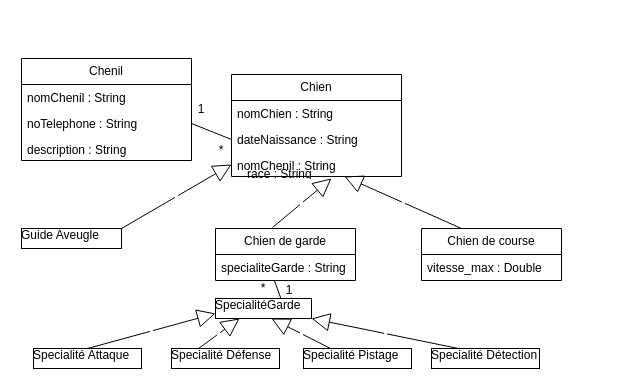
Above: diagramme_chenil.drawio in ewan-delanoy/uml_diagram (draw.io), before the change. Source tidied: cells renumbered, new cells numbered last; positions are measured from the earlier drawing's top-left corner, leaving out a move shared by most shapes. Both pictures are drawn from the tidied source at 100%, with x=0, y=0 at pixel (21, 58).
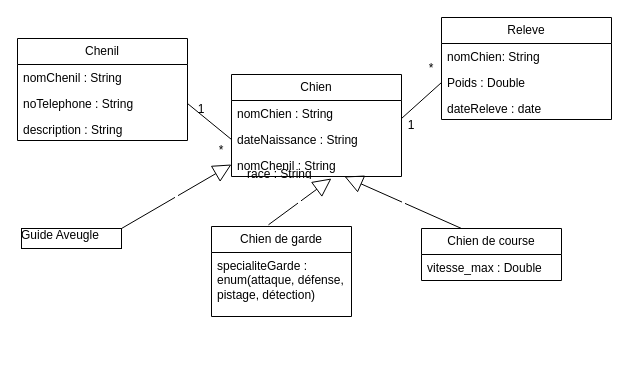
The same diagram, later.

Commit message (it also covers changes not shown here):
Mettre à jour diagramme_chenil.drawio

The edit, as a diff of the source:
```diff
@@
     <mxCell id="6" value="Chenil" style="swimlane;fontStyle=0;horizontal=1;startSize=26;fillColor=none;whiteSpace=wrap;html=1;" parent="1" vertex="1">
-      <mxGeometry width="170" height="102" as="geometry" />
+      <mxGeometry x="-4" y="-20" width="170" height="102" as="geometry" />
     </mxCell>
@@
     <mxCell id="12" value="Chien de garde" style="swimlane;fontStyle=0;horizontal=1;startSize=26;fillColor=none;whiteSpace=wrap;html=1;" parent="1" vertex="1">
-      <mxGeometry x="194" y="170" width="140" height="52" as="geometry" />
+      <mxGeometry x="190" y="168" width="140" height="90" as="geometry" />
     </mxCell>
-    <mxCell id="13" value="specialiteGarde : String" style="text;strokeColor=none;fillColor=none;align=left;verticalAlign=top;spacingLeft=4;spacingRight=4;overflow=hidden;points=[[0,0.5],[1,0.5]];portConstraint=eastwest;whiteSpace=wrap;html=1;" parent="12" vertex="1">
-      <mxGeometry y="26" width="140" height="26" as="geometry" />
+    <mxCell id="13" value="&lt;div&gt;specialiteGarde : enum(attaque, défense, pistage, détection)&lt;/div&gt;&lt;div&gt;&lt;br&gt;&lt;/div&gt;" style="text;strokeColor=none;fillColor=none;align=left;verticalAlign=top;spacingLeft=4;spacingRight=4;overflow=hidden;points=[[0,0.5],[1,0.5]];portConstraint=eastwest;whiteSpace=wrap;html=1;" parent="12" vertex="1">
+      <mxGeometry y="26" width="140" height="64" as="geometry" />
     </mxCell>
@@
-    <mxCell id="20" value="SpecialitéGarde" style="verticalAlign=top;align=left;overflow=fill;fontSize=12;fontFamily=Helvetica;html=1;whiteSpace=wrap;" parent="1" vertex="1">
-      <mxGeometry x="194" y="240" width="96" height="20" as="geometry" />
-    </mxCell>
-    <mxCell id="21" value="Specialité Défense" style="verticalAlign=top;align=left;overflow=fill;fontSize=12;fontFamily=Helvetica;html=1;whiteSpace=wrap;" parent="1" vertex="1">
-      <mxGeometry x="150" y="290" width="108" height="20" as="geometry" />
-    </mxCell>
-    <mxCell id="22" value="Specialité Attaque" style="verticalAlign=top;align=left;overflow=fill;fontSize=12;fontFamily=Helvetica;html=1;whiteSpace=wrap;" parent="1" vertex="1">
-      <mxGeometry x="12" y="290" width="108" height="20" as="geometry" />
-    </mxCell>
-    <mxCell id="23" value="Specialité Détection" style="verticalAlign=top;align=left;overflow=fill;fontSize=12;fontFamily=Helvetica;html=1;whiteSpace=wrap;" parent="1" vertex="1">
-      <mxGeometry x="410" y="290" width="108" height="20" as="geometry" />
-    </mxCell>
-    <mxCell id="24" value="Specialité Pistage" style="verticalAlign=top;align=left;overflow=fill;fontSize=12;fontFamily=Helvetica;html=1;whiteSpace=wrap;" parent="1" vertex="1">
-      <mxGeometry x="282" y="290" width="108" height="20" as="geometry" />
-    </mxCell>
-    <mxCell id="25" value="&amp;nbsp;" style="endArrow=block;endSize=16;endFill=0;html=1;rounded=0;entryX=1;entryY=1;entryDx=0;entryDy=0;exitX=0.25;exitY=0;exitDx=0;exitDy=0;" parent="1" edge="1" source="23" target="20">
-      <mxGeometry relative="1" as="geometry" />
-    </mxCell>
-    <mxCell id="26" value="&amp;nbsp;" style="endArrow=block;endSize=16;endFill=0;html=1;rounded=0;entryX=0;entryY=0.5;entryDx=0;entryDy=0;exitX=0.25;exitY=0;exitDx=0;exitDy=0;" parent="1" edge="1" source="24">
-      <mxGeometry relative="1" as="geometry">
-        <mxPoint x="250" y="260" as="targetPoint" />
-      </mxGeometry>
-    </mxCell>
-    <mxCell id="27" value="&amp;nbsp;" style="endArrow=block;endSize=16;endFill=0;html=1;rounded=0;entryX=0.25;entryY=1;entryDx=0;entryDy=0;exitX=0.25;exitY=0;exitDx=0;exitDy=0;" parent="1" edge="1" source="21" target="20">
-      <mxGeometry relative="1" as="geometry" />
-    </mxCell>
-    <mxCell id="28" value="&amp;nbsp;" style="endArrow=block;endSize=16;endFill=0;html=1;rounded=0;entryX=0;entryY=0.75;entryDx=0;entryDy=0;exitX=0.5;exitY=0;exitDx=0;exitDy=0;" parent="1" edge="1" source="22" target="20">
-      <mxGeometry relative="1" as="geometry" />
-    </mxCell>
-    <mxCell id="29" style="endArrow=none;html=1;rounded=0;entryX=0.419;entryY=0.977;entryDx=0;entryDy=0;entryPerimeter=0;exitX=0.683;exitY=0.026;exitDx=0;exitDy=0;exitPerimeter=0;" parent="1" edge="1" source="20" target="13">
-      <mxGeometry relative="1" as="geometry" />
-    </mxCell>
@@
+    <mxCell id="33" value="*" style="text;html=1;strokeColor=none;fillColor=none;align=center;verticalAlign=middle;whiteSpace=wrap;rounded=0;" parent="1" vertex="1">
+      <mxGeometry x="190" y="82" width="20" height="20" as="geometry" />
+    </mxCell>
+    <mxCell id="34" value="Releve" style="swimlane;fontStyle=0;horizontal=1;startSize=26;fillColor=none;whiteSpace=wrap;html=1;" parent="1" vertex="1">
+      <mxGeometry x="420" y="-41" width="170" height="102" as="geometry" />
+    </mxCell>
+    <mxCell id="35" value="&lt;div&gt;nomChien: String&lt;/div&gt;&lt;div&gt;&lt;br&gt;&lt;/div&gt;" style="text;strokeColor=none;fillColor=none;align=left;verticalAlign=top;spacingLeft=4;spacingRight=4;overflow=hidden;whiteSpace=wrap;html=1;" parent="34" vertex="1">
+      <mxGeometry y="26" width="170" height="26" as="geometry" />
+    </mxCell>
+    <mxCell id="36" value="Poids : Double" style="text;strokeColor=none;fillColor=none;align=left;verticalAlign=top;spacingLeft=4;spacingRight=4;overflow=hidden;points=[[0,0.5],[1,0.5]];portConstraint=eastwest;whiteSpace=wrap;html=1;" parent="34" vertex="1">
+      <mxGeometry y="52" width="170" height="26" as="geometry" />
+    </mxCell>
+    <mxCell id="37" value="dateReleve : date" style="text;strokeColor=none;fillColor=none;align=left;verticalAlign=top;spacingLeft=4;spacingRight=4;overflow=hidden;whiteSpace=wrap;html=1;" parent="34" vertex="1">
+      <mxGeometry y="78" width="170" height="24" as="geometry" />
+    </mxCell>
+    <mxCell id="38" style="endArrow=none;html=1;rounded=0;entryX=0;entryY=0.5;entryDx=0;entryDy=0;" parent="1" edge="1" target="36">
+      <mxGeometry relative="1" as="geometry">
+        <mxPoint x="380" y="60" as="sourcePoint" />
+      </mxGeometry>
+    </mxCell>
     <mxCell id="31" value="1" style="text;html=1;strokeColor=none;fillColor=none;align=center;verticalAlign=middle;whiteSpace=wrap;rounded=0;" parent="1" vertex="1">
-      <mxGeometry x="258" y="222" width="20" height="20" as="geometry" />
+      <mxGeometry x="380" y="57" width="20" height="20" as="geometry" />
     </mxCell>
     <mxCell id="32" value="*" style="text;html=1;strokeColor=none;fillColor=none;align=center;verticalAlign=middle;whiteSpace=wrap;rounded=0;" parent="1" vertex="1">
-      <mxGeometry x="232" y="220" width="20" height="20" as="geometry" />
+      <mxGeometry x="400" width="20" height="20" as="geometry" />
     </mxCell>
-    <mxCell id="33" value="*" style="text;html=1;strokeColor=none;fillColor=none;align=center;verticalAlign=middle;whiteSpace=wrap;rounded=0;" parent="1" vertex="1">
-      <mxGeometry x="190" y="82" width="20" height="20" as="geometry" />
-    </mxCell>
```
